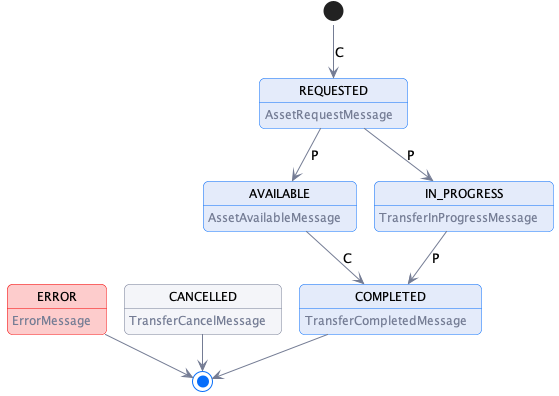
This is specifications/transfer/transfer.process.state.machine.png from Metaform/edc-protocols, a PlantUML export, as it was before one commit. Source of this version:
```plantuml
@startuml "hub-request-processing"
!pragma layout smetana

!include ../../diagrams/diagram.styles.puml

hide empty description

state REQUESTED: <color:$darkGray>AssetRequestMessage
state AVAILABLE: <color:$darkGray>AssetAvailableMessage
state IN_PROGRESS: <color:$darkGray>TransferInProgressMessage
state COMPLETED: <color:$darkGray>TransferCompletedMessage

state ERROR $lightRed #$borderRed : <color:$darkGray>ErrorMessage
state CANCELLED $lightGray #$darkGray : <color:$darkGray>TransferCancelMessage

[*] --> REQUESTED: C
REQUESTED -->  AVAILABLE: P
REQUESTED -->  IN_PROGRESS: P
AVAILABLE -->  COMPLETED: C
IN_PROGRESS -->  COMPLETED: P
COMPLETED -->[*]
ERROR --> [*]
CANCELLED --> [*]

@enduml
```
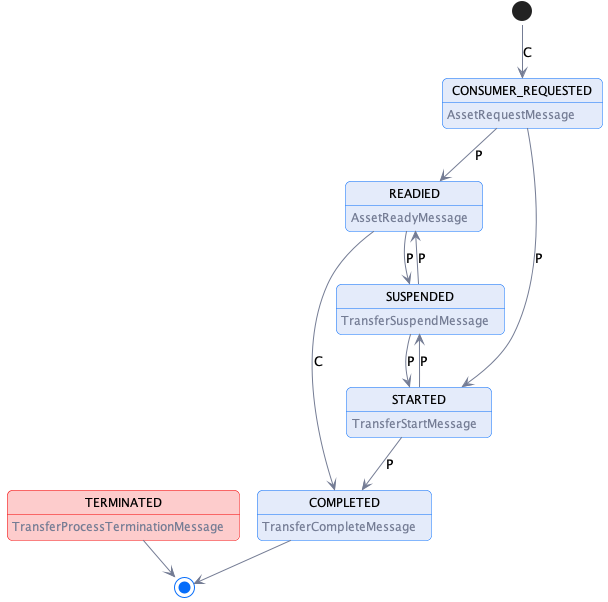
After the commit.

Commit message:
Initial updates for the transfer process protocol

What changed in the source:
```diff
@@ -1,25 +1,29 @@
 @startuml "hub-request-processing"
 !pragma layout smetana
 
-!include ../../diagrams/diagram.styles.puml
+!include ../diagrams/diagram.styles.puml
 
 hide empty description
 
-state REQUESTED: <color:$darkGray>AssetRequestMessage
-state AVAILABLE: <color:$darkGray>AssetAvailableMessage
-state IN_PROGRESS: <color:$darkGray>TransferInProgressMessage
-state COMPLETED: <color:$darkGray>TransferCompletedMessage
+state CONSUMER_REQUESTED: <color:$darkGray>AssetRequestMessage
+state READIED: <color:$darkGray>AssetReadyMessage
+state STARTED: <color:$darkGray>TransferStartMessage
+state COMPLETED: <color:$darkGray>TransferCompleteMessage
+state SUSPENDED: <color:$darkGray>TransferSuspendMessage
 
-state ERROR $lightRed #$borderRed : <color:$darkGray>ErrorMessage
-state CANCELLED $lightGray #$darkGray : <color:$darkGray>TransferCancelMessage
+state TERMINATED $lightRed #$borderRed : <color:$darkGray>TransferProcessTerminationMessage
 
-[*] --> REQUESTED: C
-REQUESTED -->  AVAILABLE: P
-REQUESTED -->  IN_PROGRESS: P
-AVAILABLE -->  COMPLETED: C
-IN_PROGRESS -->  COMPLETED: P
+[*] --> CONSUMER_REQUESTED: C
+CONSUMER_REQUESTED -->  READIED: P
+CONSUMER_REQUESTED -->  STARTED: P
+READIED -->  COMPLETED: C
+STARTED -->  COMPLETED: P
+STARTED -->  SUSPENDED: P
+READIED -->  SUSPENDED: P
+SUSPENDED --> STARTED: P
+SUSPENDED --> READIED: P
 COMPLETED -->[*]
-ERROR --> [*]
-CANCELLED --> [*]
+
+TERMINATED --> [*]
 
 @enduml
```
